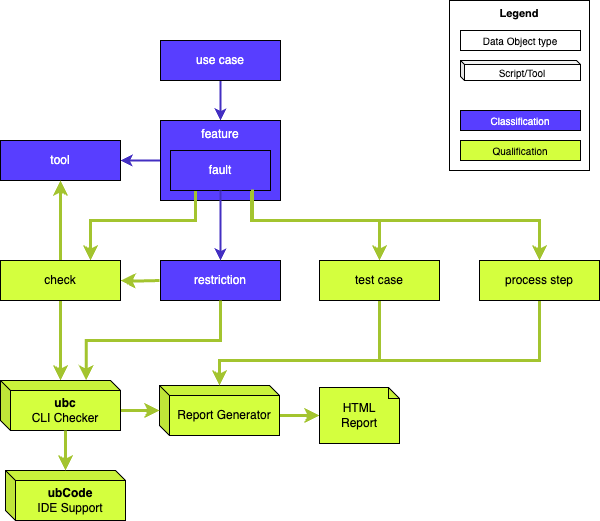
Earlier version of the draw.io export _static/sphinx-safety_classi_qualification.drawio.png (useblocks/sphinx-safety). Source tidied: cells renumbered, new cells last; positions are measured from the earlier drawing's top-left corner, leaving out a move shared by most shapes. The source it was exported from:
```xml
<mxGraphModel>
  <root>
    <mxCell id="0" />
    <mxCell id="1" parent="0" />
    <mxCell id="2" style="edgeStyle=orthogonalEdgeStyle;rounded=0;jettySize=auto;html=1;entryX=0.5;entryY=0;entryDx=0;entryDy=0;strokeColor=light-dark(#432FC2,#EDEDED);strokeWidth=2;" parent="1" edge="1" source="3" target="5">
      <mxGeometry relative="1" as="geometry" />
    </mxCell>
    <mxCell id="3" value="use case" style="rounded=0;whiteSpace=wrap;html=1;strokeColor=light-dark(#000000,#EDEDED);strokeWidth=1;fillColor=light-dark(#583EFF,#EDEDED);fontColor=#FFFFFF;" parent="1" vertex="1">
      <mxGeometry x="160" y="40" width="120" height="40" as="geometry" />
    </mxCell>
    <mxCell id="4" style="edgeStyle=orthogonalEdgeStyle;rounded=0;jettySize=auto;html=1;strokeColor=light-dark(#432FC2,#EDEDED);strokeWidth=2;" parent="1" edge="1" source="5" target="12">
      <mxGeometry relative="1" as="geometry" />
    </mxCell>
    <mxCell id="5" value="feature" style="rounded=0;whiteSpace=wrap;html=1;verticalAlign=top;strokeColor=light-dark(#000000,#EDEDED);strokeWidth=1;fillColor=light-dark(#583EFF,#EDEDED);fontColor=#FFFFFF;" parent="1" vertex="1">
      <mxGeometry x="160" y="120" width="120" height="80" as="geometry" />
    </mxCell>
    <mxCell id="6" style="edgeStyle=orthogonalEdgeStyle;rounded=0;jettySize=auto;html=1;exitX=0.25;exitY=1;exitDx=0;exitDy=0;entryX=0.75;entryY=0;entryDx=0;entryDy=0;strokeColor=light-dark(#A3C42F,#EDEDED);strokeWidth=3;align=center;verticalAlign=middle;fontFamily=Helvetica;fontSize=11;fontColor=default;labelBackgroundColor=default;endArrow=classic;" parent="1" edge="1" source="8" target="15">
      <mxGeometry relative="1" as="geometry">
        <Array as="points">
          <mxPoint x="195" y="220" />
          <mxPoint x="90" y="220" />
        </Array>
      </mxGeometry>
    </mxCell>
    <mxCell id="7" style="edgeStyle=orthogonalEdgeStyle;rounded=0;jettySize=auto;html=1;strokeColor=light-dark(#A3C42F,#EDEDED);strokeWidth=3;align=center;verticalAlign=middle;fontFamily=Helvetica;fontSize=11;fontColor=default;labelBackgroundColor=default;endArrow=classic;exitX=0.83;exitY=1.008;exitDx=0;exitDy=0;exitPerimeter=0;" parent="1" edge="1" source="8" target="28">
      <mxGeometry relative="1" as="geometry">
        <Array as="points">
          <mxPoint x="251" y="190" />
          <mxPoint x="251" y="220" />
          <mxPoint x="539" y="220" />
        </Array>
      </mxGeometry>
    </mxCell>
    <mxCell id="8" value="fault" style="rounded=0;whiteSpace=wrap;html=1;strokeColor=light-dark(#000000,#EDEDED);strokeWidth=1;fillColor=light-dark(#583EFF,#EDEDED);fontColor=#FFFFFF;" parent="1" vertex="1">
      <mxGeometry x="170" y="150" width="100" height="40" as="geometry" />
    </mxCell>
    <mxCell id="9" style="edgeStyle=orthogonalEdgeStyle;rounded=0;jettySize=auto;html=1;strokeWidth=3;strokeColor=light-dark(#A3C42F,#EDEDED);" parent="1" edge="1" target="15">
      <mxGeometry relative="1" as="geometry">
        <mxPoint x="159" y="280" as="sourcePoint" />
      </mxGeometry>
    </mxCell>
    <mxCell id="10" style="edgeStyle=orthogonalEdgeStyle;rounded=0;jettySize=auto;html=1;exitX=0.819;exitY=0.972;exitDx=0;exitDy=0;strokeWidth=3;strokeColor=light-dark(#A3C42F,#EDEDED);exitPerimeter=0;" parent="1" edge="1" source="8" target="17">
      <mxGeometry relative="1" as="geometry">
        <Array as="points">
          <mxPoint x="252" y="220" />
          <mxPoint x="379" y="220" />
        </Array>
      </mxGeometry>
    </mxCell>
    <mxCell id="11" value="restriction" style="rounded=0;whiteSpace=wrap;html=1;strokeColor=light-dark(#000000,#EDEDED);strokeWidth=1;fillColor=light-dark(#583EFF,#EDEDED);fontColor=#FFFFFF;" parent="1" vertex="1">
      <mxGeometry x="160" y="260" width="120" height="40" as="geometry" />
    </mxCell>
    <mxCell id="12" value="tool" style="rounded=0;whiteSpace=wrap;html=1;strokeColor=light-dark(#000000,#EDEDED);strokeWidth=1;fillColor=light-dark(#583EFF,#EDEDED);fontColor=#FFFFFF;" parent="1" vertex="1">
      <mxGeometry y="140" width="120" height="40" as="geometry" />
    </mxCell>
    <mxCell id="13" style="edgeStyle=orthogonalEdgeStyle;rounded=0;jettySize=auto;html=1;entryX=0.5;entryY=1;entryDx=0;entryDy=0;strokeColor=light-dark(#A3C42F,#EDEDED);strokeWidth=3;" parent="1" edge="1" source="15" target="12">
      <mxGeometry relative="1" as="geometry" />
    </mxCell>
    <mxCell id="14" style="edgeStyle=orthogonalEdgeStyle;rounded=0;jettySize=auto;html=1;exitX=0.5;exitY=1;exitDx=0;exitDy=0;strokeColor=light-dark(#A3C42F,#EDEDED);strokeWidth=3;" parent="1" edge="1" source="15" target="21">
      <mxGeometry relative="1" as="geometry" />
    </mxCell>
    <mxCell id="15" value="check" style="rounded=0;whiteSpace=wrap;html=1;fillColor=#D4FF3E;strokeColor=light-dark(#000000,#EDEDED);" parent="1" vertex="1">
      <mxGeometry y="260" width="120" height="40" as="geometry" />
    </mxCell>
    <mxCell id="16" style="edgeStyle=orthogonalEdgeStyle;rounded=0;jettySize=auto;html=1;exitX=0.5;exitY=1;exitDx=0;exitDy=0;strokeColor=light-dark(#A3C42F,#EDEDED);strokeWidth=3;align=center;verticalAlign=middle;fontFamily=Helvetica;fontSize=11;fontColor=default;labelBackgroundColor=default;endArrow=classic;" parent="1" edge="1" source="17" target="19">
      <mxGeometry relative="1" as="geometry">
        <Array as="points">
          <mxPoint x="379" y="360" />
          <mxPoint x="219" y="360" />
        </Array>
      </mxGeometry>
    </mxCell>
    <mxCell id="17" value="test case" style="rounded=0;whiteSpace=wrap;html=1;fillColor=#D4FF3E;strokeColor=light-dark(#000000,#EDEDED);" parent="1" vertex="1">
      <mxGeometry x="319" y="260" width="120" height="40" as="geometry" />
    </mxCell>
    <mxCell id="18" style="edgeStyle=orthogonalEdgeStyle;rounded=0;jettySize=auto;html=1;exitX=0;exitY=0;exitDx=120;exitDy=30;exitPerimeter=0;strokeColor=light-dark(#A3C42F,#EDEDED);strokeWidth=3;" parent="1" edge="1" source="19" target="24">
      <mxGeometry relative="1" as="geometry" />
    </mxCell>
    <mxCell id="19" value="Report Generator" style="shape=cube;whiteSpace=wrap;html=1;boundedLbl=1;backgroundOutline=1;darkOpacity=0.05;darkOpacity2=0.1;size=10;fontSize=12;fillColor=#D4FF3E;strokeColor=light-dark(#000000,#EDEDED);" parent="1" vertex="1">
      <mxGeometry x="159" y="385" width="120" height="50" as="geometry" />
    </mxCell>
    <mxCell id="20" style="edgeStyle=orthogonalEdgeStyle;rounded=0;jettySize=auto;html=1;exitX=0;exitY=0;exitDx=120;exitDy=30;exitPerimeter=0;strokeColor=light-dark(#A3C42F,#EDEDED);strokeWidth=3;" parent="1" edge="1" source="21" target="19">
      <mxGeometry relative="1" as="geometry" />
    </mxCell>
    <mxCell id="21" value="&lt;b&gt;ubc&lt;/b&gt;&lt;br&gt;CLI Checker" style="shape=cube;whiteSpace=wrap;html=1;boundedLbl=1;backgroundOutline=1;darkOpacity=0.05;darkOpacity2=0.1;size=10;fontSize=12;fillColor=#D4FF3E;strokeColor=light-dark(#000000,#EDEDED);" parent="1" vertex="1">
      <mxGeometry y="380" width="120" height="50" as="geometry" />
    </mxCell>
    <mxCell id="22" value="&lt;b&gt;ubCode&lt;/b&gt;&lt;br&gt;IDE Support" style="shape=cube;whiteSpace=wrap;html=1;boundedLbl=1;backgroundOutline=1;darkOpacity=0.05;darkOpacity2=0.1;size=10;fontSize=12;fillColor=#D4FF3E;strokeColor=light-dark(#000000,#EDEDED);" parent="1" vertex="1">
      <mxGeometry x="5" y="470" width="120" height="50" as="geometry" />
    </mxCell>
    <mxCell id="23" style="edgeStyle=orthogonalEdgeStyle;rounded=0;jettySize=auto;html=1;exitX=0;exitY=0;exitDx=65;exitDy=50;exitPerimeter=0;strokeColor=light-dark(#A3C42F,#EDEDED);strokeWidth=3;" parent="1" edge="1" source="21" target="22">
      <mxGeometry relative="1" as="geometry" />
    </mxCell>
    <mxCell id="24" value="HTML&lt;br&gt;Report" style="shape=note;whiteSpace=wrap;html=1;backgroundOutline=1;darkOpacity=0.05;size=11;fillColor=#D4FF3E;strokeColor=light-dark(#000000,#EDEDED);" parent="1" vertex="1">
      <mxGeometry x="319" y="387" width="80" height="56" as="geometry" />
    </mxCell>
    <mxCell id="25" style="edgeStyle=orthogonalEdgeStyle;rounded=0;jettySize=auto;html=1;strokeColor=light-dark(#432FC2,#EDEDED);strokeWidth=2;exitX=0.5;exitY=1;exitDx=0;exitDy=0;" parent="1" edge="1" source="8" target="11">
      <mxGeometry relative="1" as="geometry" />
    </mxCell>
    <mxCell id="26" style="edgeStyle=orthogonalEdgeStyle;rounded=0;jettySize=auto;html=1;exitX=0.5;exitY=1;exitDx=0;exitDy=0;entryX=0.714;entryY=-0.001;entryDx=0;entryDy=0;entryPerimeter=0;strokeColor=light-dark(#A3C42F,#EDEDED);strokeWidth=3;align=center;verticalAlign=middle;fontFamily=Helvetica;fontSize=11;fontColor=default;labelBackgroundColor=default;endArrow=classic;" parent="1" edge="1" source="11" target="21">
      <mxGeometry relative="1" as="geometry" />
    </mxCell>
    <mxCell id="27" style="edgeStyle=orthogonalEdgeStyle;rounded=0;jettySize=auto;html=1;exitX=0.5;exitY=1;exitDx=0;exitDy=0;strokeColor=light-dark(#A3C42F,#EDEDED);strokeWidth=3;align=center;verticalAlign=middle;fontFamily=Helvetica;fontSize=11;fontColor=default;labelBackgroundColor=default;endArrow=classic;" parent="1" edge="1" source="28" target="19">
      <mxGeometry relative="1" as="geometry">
        <Array as="points">
          <mxPoint x="539" y="360" />
          <mxPoint x="219" y="360" />
        </Array>
      </mxGeometry>
    </mxCell>
    <mxCell id="28" value="process step" style="rounded=0;whiteSpace=wrap;html=1;fillColor=#D4FF3E;strokeColor=light-dark(#000000,#EDEDED);" parent="1" vertex="1">
      <mxGeometry x="479" y="260" width="120" height="40" as="geometry" />
    </mxCell>
    <mxCell id="29" style="group;" parent="1" vertex="1">
      <mxGeometry x="449" width="140" height="170" as="geometry" />
    </mxCell>
    <mxCell id="30" value="&lt;span&gt;Legend&lt;/span&gt;" style="rounded=0;whiteSpace=wrap;html=1;fontSize=11;verticalAlign=top;fontStyle=1;" parent="29" vertex="1">
      <mxGeometry width="140" height="170" as="geometry" />
    </mxCell>
    <mxCell id="31" value="Data Object type" style="rounded=0;whiteSpace=wrap;html=1;fontSize=10;fontStyle=0;" parent="29" vertex="1">
      <mxGeometry x="11" y="30" width="120" height="20" as="geometry" />
    </mxCell>
    <mxCell id="32" value="Script/Tool" style="shape=cube;whiteSpace=wrap;html=1;boundedLbl=1;backgroundOutline=1;darkOpacity=0.05;darkOpacity2=0.1;size=4;fontSize=10;fontStyle=0;" parent="29" vertex="1">
      <mxGeometry x="11" y="60" width="120" height="20" as="geometry" />
    </mxCell>
    <mxCell id="33" value="Classification" style="rounded=0;whiteSpace=wrap;html=1;fontSize=10;fillColor=light-dark(#583EFF,#EDEDED);fontColor=#FFFFFF;fontStyle=0;" parent="29" vertex="1">
      <mxGeometry x="11" y="110" width="120" height="20" as="geometry" />
    </mxCell>
    <mxCell id="34" value="Qualification" style="rounded=0;whiteSpace=wrap;html=1;fontSize=10;strokeColor=light-dark(#000000,#EDEDED);align=center;verticalAlign=middle;fontFamily=Helvetica;fontColor=default;fillColor=#D4FF3E;fontStyle=0;" parent="29" vertex="1">
      <mxGeometry x="11" y="140" width="120" height="20" as="geometry" />
    </mxCell>
  </root>
</mxGraphModel>
```
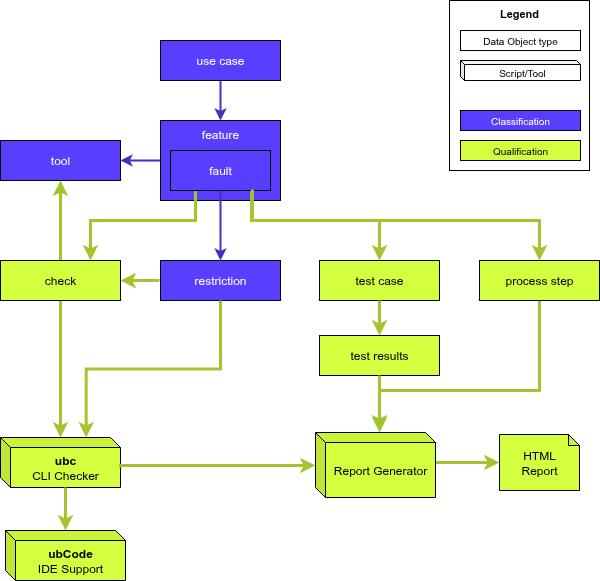
The same diagram one commit later.

What changed in the source:
```diff
@@ -62,37 +62,26 @@
     <mxCell id="15" value="check" style="rounded=0;whiteSpace=wrap;html=1;fillColor=#D4FF3E;strokeColor=light-dark(#000000,#EDEDED);" parent="1" vertex="1">
       <mxGeometry y="260" width="120" height="40" as="geometry" />
     </mxCell>
-    <mxCell id="16" style="edgeStyle=orthogonalEdgeStyle;rounded=0;jettySize=auto;html=1;exitX=0.5;exitY=1;exitDx=0;exitDy=0;strokeColor=light-dark(#A3C42F,#EDEDED);strokeWidth=3;align=center;verticalAlign=middle;fontFamily=Helvetica;fontSize=11;fontColor=default;labelBackgroundColor=default;endArrow=classic;" parent="1" edge="1" source="17" target="19">
-      <mxGeometry relative="1" as="geometry">
-        <Array as="points">
-          <mxPoint x="379" y="360" />
-          <mxPoint x="219" y="360" />
-        </Array>
-      </mxGeometry>
-    </mxCell>
     <mxCell id="17" value="test case" style="rounded=0;whiteSpace=wrap;html=1;fillColor=#D4FF3E;strokeColor=light-dark(#000000,#EDEDED);" parent="1" vertex="1">
       <mxGeometry x="319" y="260" width="120" height="40" as="geometry" />
     </mxCell>
-    <mxCell id="18" style="edgeStyle=orthogonalEdgeStyle;rounded=0;jettySize=auto;html=1;exitX=0;exitY=0;exitDx=120;exitDy=30;exitPerimeter=0;strokeColor=light-dark(#A3C42F,#EDEDED);strokeWidth=3;" parent="1" edge="1" source="19" target="24">
+    <mxCell id="18" style="edgeStyle=orthogonalEdgeStyle;rounded=0;jettySize=auto;html=1;exitX=0;exitY=0;exitDx=120;exitDy=30;exitPerimeter=0;strokeColor=light-dark(#A3C42F,#EDEDED);strokeWidth=3;fontStyle=0;" parent="1" edge="1" source="19" target="24">
       <mxGeometry relative="1" as="geometry" />
     </mxCell>
-    <mxCell id="19" value="Report Generator" style="shape=cube;whiteSpace=wrap;html=1;boundedLbl=1;backgroundOutline=1;darkOpacity=0.05;darkOpacity2=0.1;size=10;fontSize=12;fillColor=#D4FF3E;strokeColor=light-dark(#000000,#EDEDED);" parent="1" vertex="1">
-      <mxGeometry x="159" y="385" width="120" height="50" as="geometry" />
+    <mxCell id="19" value="Report Generator" style="shape=cube;whiteSpace=wrap;html=1;boundedLbl=1;backgroundOutline=1;darkOpacity=0.05;darkOpacity2=0.1;size=10;fontSize=12;fillColor=#D4FF3E;strokeColor=light-dark(#000000,#EDEDED);fontStyle=0;" parent="1" vertex="1">
+      <mxGeometry x="315" y="432" width="120" height="65" as="geometry" />
     </mxCell>
-    <mxCell id="20" style="edgeStyle=orthogonalEdgeStyle;rounded=0;jettySize=auto;html=1;exitX=0;exitY=0;exitDx=120;exitDy=30;exitPerimeter=0;strokeColor=light-dark(#A3C42F,#EDEDED);strokeWidth=3;" parent="1" edge="1" source="21" target="19">
-      <mxGeometry relative="1" as="geometry" />
-    </mxCell>
-    <mxCell id="21" value="&lt;b&gt;ubc&lt;/b&gt;&lt;br&gt;CLI Checker" style="shape=cube;whiteSpace=wrap;html=1;boundedLbl=1;backgroundOutline=1;darkOpacity=0.05;darkOpacity2=0.1;size=10;fontSize=12;fillColor=#D4FF3E;strokeColor=light-dark(#000000,#EDEDED);" parent="1" vertex="1">
-      <mxGeometry y="380" width="120" height="50" as="geometry" />
+    <mxCell id="21" value="&lt;b&gt;ubc&lt;/b&gt;&lt;br&gt;CLI Checker" style="shape=cube;whiteSpace=wrap;html=1;boundedLbl=1;backgroundOutline=1;darkOpacity=0.05;darkOpacity2=0.1;size=10;fontSize=12;fillColor=#D4FF3E;strokeColor=light-dark(#000000,#EDEDED);fontStyle=0;" parent="1" vertex="1">
+      <mxGeometry y="437" width="120" height="50" as="geometry" />
     </mxCell>
-    <mxCell id="22" value="&lt;b&gt;ubCode&lt;/b&gt;&lt;br&gt;IDE Support" style="shape=cube;whiteSpace=wrap;html=1;boundedLbl=1;backgroundOutline=1;darkOpacity=0.05;darkOpacity2=0.1;size=10;fontSize=12;fillColor=#D4FF3E;strokeColor=light-dark(#000000,#EDEDED);" parent="1" vertex="1">
-      <mxGeometry x="5" y="470" width="120" height="50" as="geometry" />
+    <mxCell id="22" value="&lt;b&gt;ubCode&lt;/b&gt;&lt;br&gt;IDE Support" style="shape=cube;whiteSpace=wrap;html=1;boundedLbl=1;backgroundOutline=1;darkOpacity=0.05;darkOpacity2=0.1;size=10;fontSize=12;fillColor=#D4FF3E;strokeColor=light-dark(#000000,#EDEDED);fontStyle=0;" parent="1" vertex="1">
+      <mxGeometry x="5" y="530" width="120" height="50" as="geometry" />
     </mxCell>
-    <mxCell id="23" style="edgeStyle=orthogonalEdgeStyle;rounded=0;jettySize=auto;html=1;exitX=0;exitY=0;exitDx=65;exitDy=50;exitPerimeter=0;strokeColor=light-dark(#A3C42F,#EDEDED);strokeWidth=3;" parent="1" edge="1" source="21" target="22">
+    <mxCell id="23" style="edgeStyle=orthogonalEdgeStyle;rounded=0;jettySize=auto;html=1;exitX=0;exitY=0;exitDx=65;exitDy=50;exitPerimeter=0;strokeColor=light-dark(#A3C42F,#EDEDED);strokeWidth=3;fontStyle=0;" parent="1" edge="1" source="21" target="22">
       <mxGeometry relative="1" as="geometry" />
     </mxCell>
-    <mxCell id="24" value="HTML&lt;br&gt;Report" style="shape=note;whiteSpace=wrap;html=1;backgroundOutline=1;darkOpacity=0.05;size=11;fillColor=#D4FF3E;strokeColor=light-dark(#000000,#EDEDED);" parent="1" vertex="1">
-      <mxGeometry x="319" y="387" width="80" height="56" as="geometry" />
+    <mxCell id="24" value="HTML&lt;br&gt;Report" style="shape=note;whiteSpace=wrap;html=1;backgroundOutline=1;darkOpacity=0.05;size=11;fillColor=#D4FF3E;strokeColor=light-dark(#000000,#EDEDED);fontStyle=0;" parent="1" vertex="1">
+      <mxGeometry x="499" y="434" width="80" height="56" as="geometry" />
     </mxCell>
     <mxCell id="25" style="edgeStyle=orthogonalEdgeStyle;rounded=0;jettySize=auto;html=1;strokeColor=light-dark(#432FC2,#EDEDED);strokeWidth=2;exitX=0.5;exitY=1;exitDx=0;exitDy=0;" parent="1" edge="1" source="8" target="11">
       <mxGeometry relative="1" as="geometry" />
@@ -103,8 +92,8 @@
     <mxCell id="27" style="edgeStyle=orthogonalEdgeStyle;rounded=0;jettySize=auto;html=1;exitX=0.5;exitY=1;exitDx=0;exitDy=0;strokeColor=light-dark(#A3C42F,#EDEDED);strokeWidth=3;align=center;verticalAlign=middle;fontFamily=Helvetica;fontSize=11;fontColor=default;labelBackgroundColor=default;endArrow=classic;" parent="1" edge="1" source="28" target="19">
       <mxGeometry relative="1" as="geometry">
         <Array as="points">
-          <mxPoint x="539" y="360" />
-          <mxPoint x="219" y="360" />
+          <mxPoint x="539" y="390" />
+          <mxPoint x="379" y="390" />
         </Array>
       </mxGeometry>
     </mxCell>
@@ -129,5 +118,23 @@
     <mxCell id="34" value="Qualification" style="rounded=0;whiteSpace=wrap;html=1;fontSize=10;strokeColor=light-dark(#000000,#EDEDED);align=center;verticalAlign=middle;fontFamily=Helvetica;fontColor=default;fillColor=#D4FF3E;fontStyle=0;" parent="29" vertex="1">
       <mxGeometry x="11" y="140" width="120" height="20" as="geometry" />
     </mxCell>
+    <mxCell id="35" value="test results" style="rounded=0;whiteSpace=wrap;html=1;fillColor=#D4FF3E;strokeColor=light-dark(#000000,#EDEDED);" parent="1" vertex="1">
+      <mxGeometry x="319" y="335" width="120" height="40" as="geometry" />
+    </mxCell>
+    <mxCell id="36" style="edgeStyle=orthogonalEdgeStyle;rounded=0;jettySize=auto;html=1;strokeColor=light-dark(#A3C42F,#EDEDED);strokeWidth=3;exitX=0.5;exitY=1;exitDx=0;exitDy=0;" parent="1" edge="1" source="35">
+      <mxGeometry relative="1" as="geometry">
+        <mxPoint x="379" y="430" as="targetPoint" />
+      </mxGeometry>
+    </mxCell>
+    <mxCell id="20" style="edgeStyle=orthogonalEdgeStyle;rounded=0;jettySize=auto;html=1;strokeWidth=3;strokeColor=light-dark(#A3C42F,#EDEDED);exitX=0;exitY=0;exitDx=120;exitDy=30;exitPerimeter=0;" parent="1" edge="1" source="21" target="19">
+      <mxGeometry relative="1" as="geometry">
+        <Array as="points">
+          <mxPoint x="120" y="465" />
+        </Array>
+      </mxGeometry>
+    </mxCell>
+    <mxCell id="37" style="edgeStyle=orthogonalEdgeStyle;rounded=0;jettySize=auto;html=1;strokeColor=light-dark(#A3C42F,#EDEDED);strokeWidth=3;exitX=0.5;exitY=1;exitDx=0;exitDy=0;entryX=0.5;entryY=0;entryDx=0;entryDy=0;" parent="1" edge="1" source="17" target="35">
+      <mxGeometry relative="1" as="geometry" />
+    </mxCell>
   </root>
 </mxGraphModel>
```
